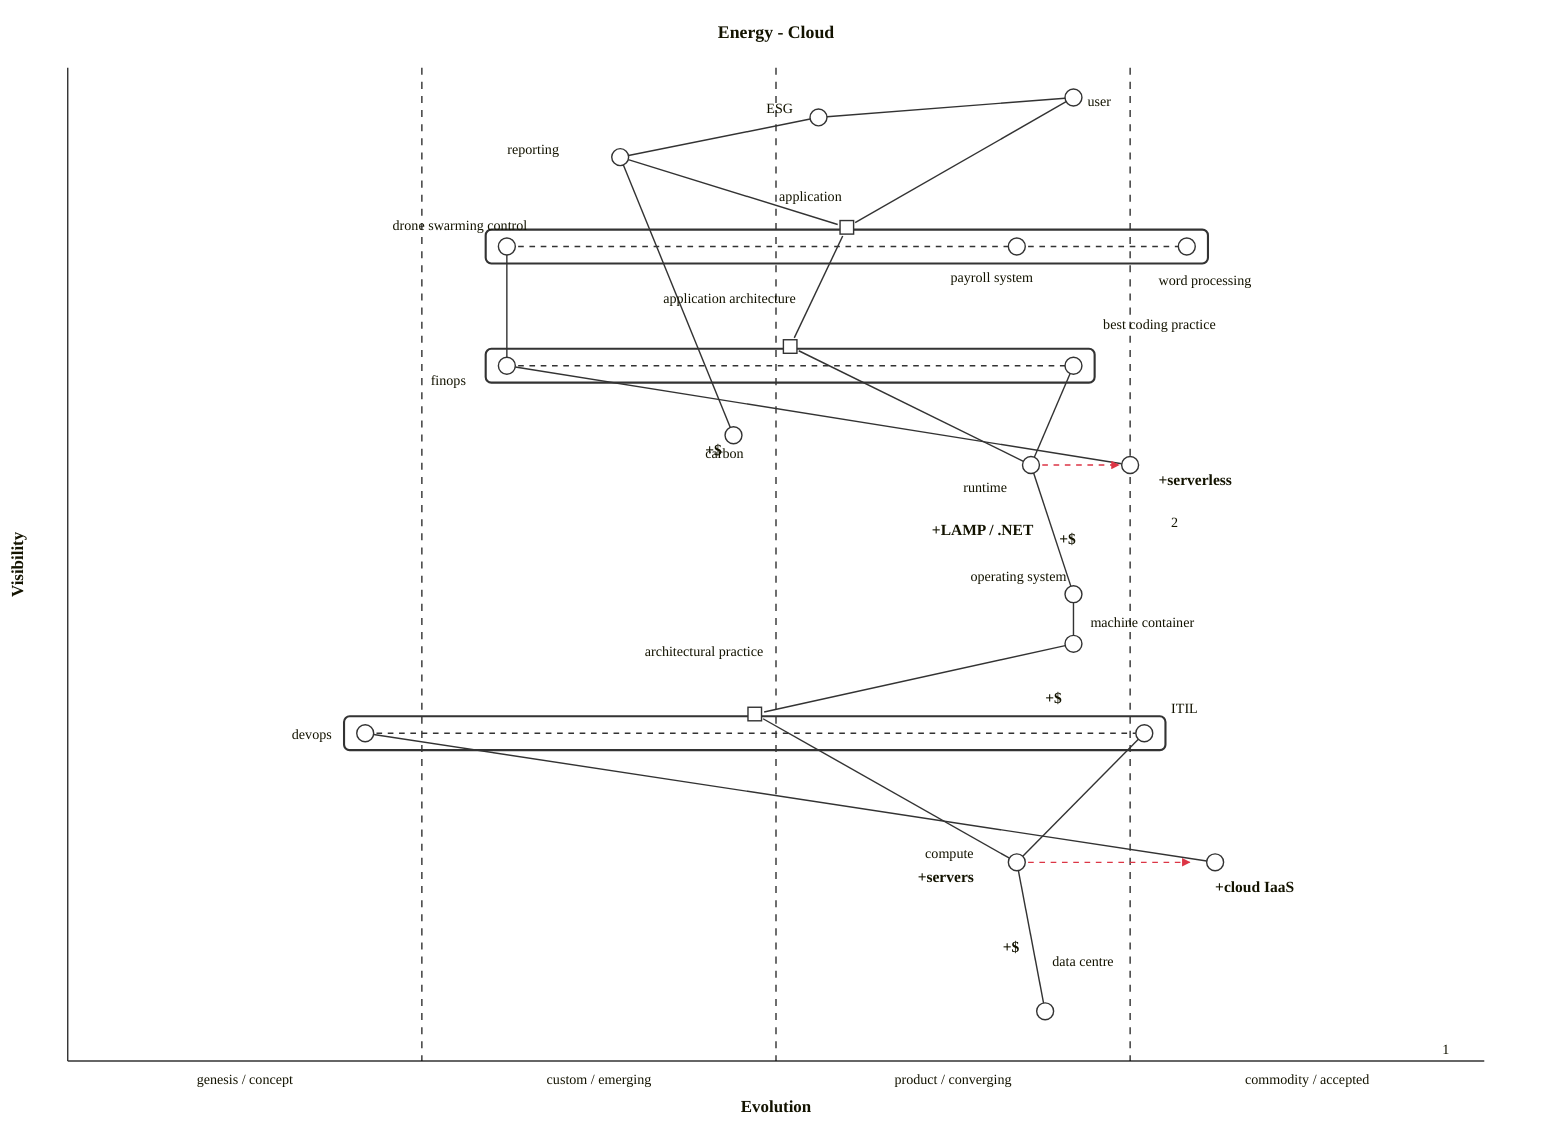
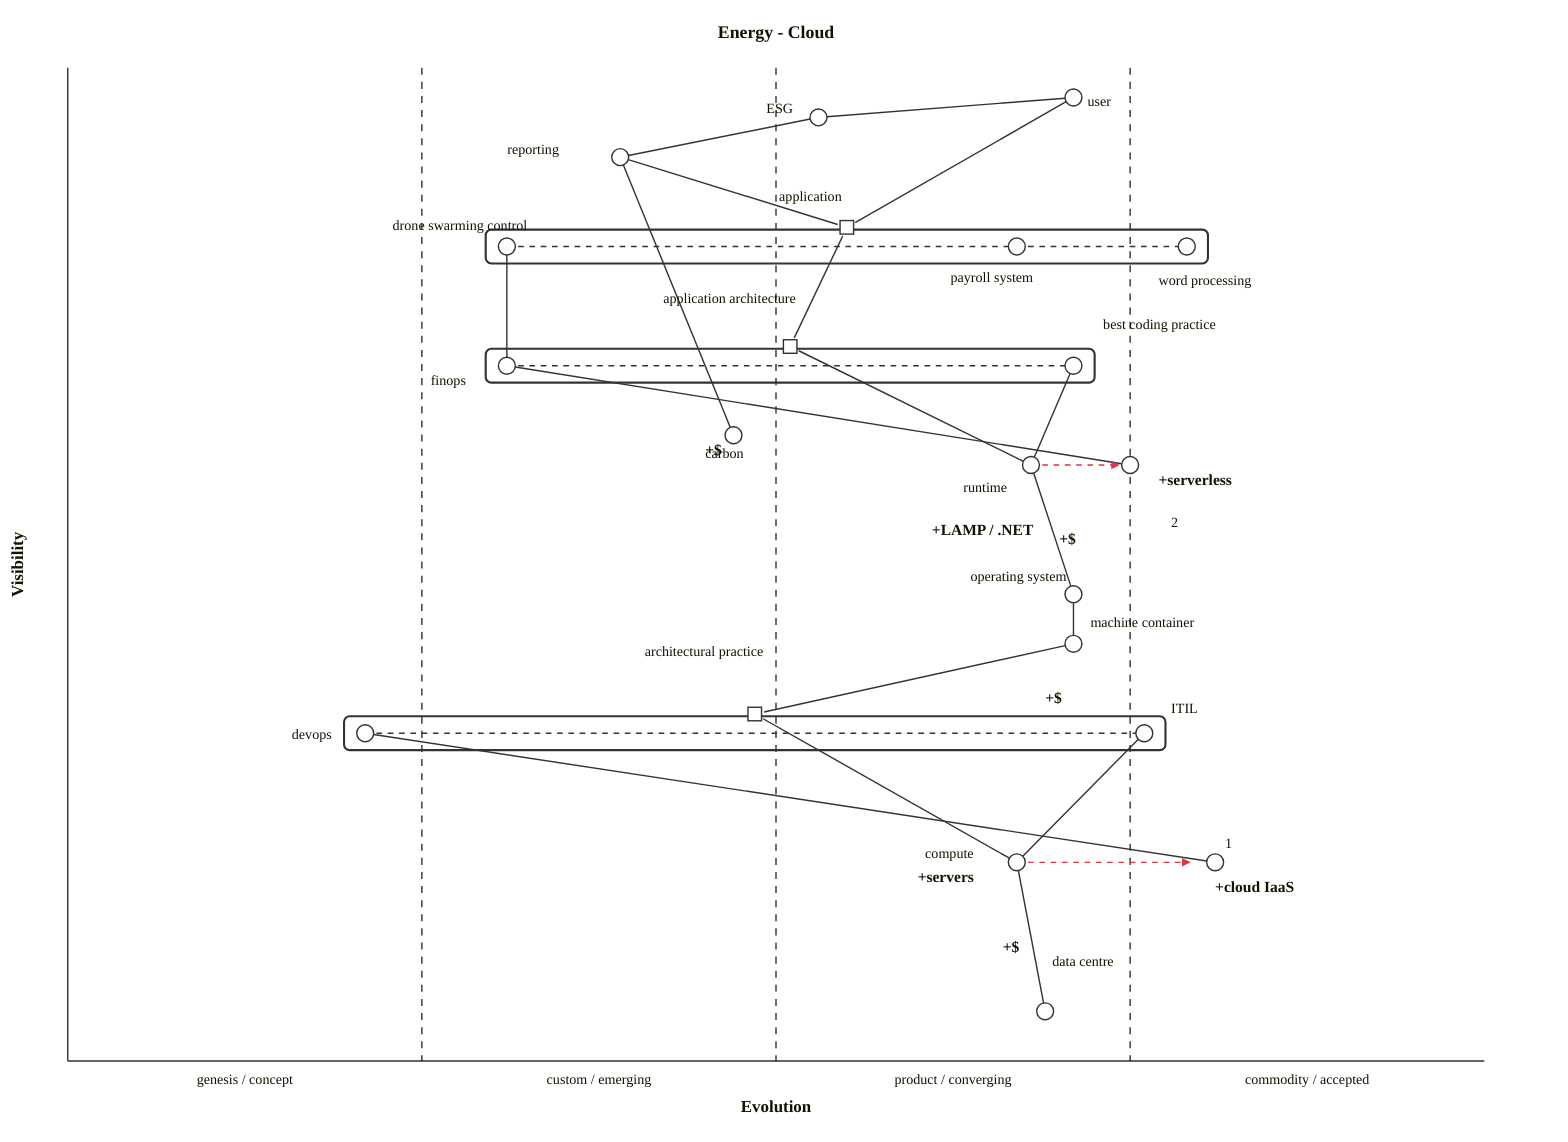
wardley-beta

title Energy - Cloud
size [1100, 800]
evolution genesis / concept -> custom / emerging -> product / converging -> commodity/ accepted

component user [0.97, 0.71] label [10, 6]
component application [0.82, 0.61] label [-48, -19]
pipeline application {
  component drone swarming control [0.31] label [-81, -12]
  component payroll system [0.67] label [-47, 25]
  component word processing [0.79] label [-20, 27]
}

evolve drone swarming control 0.4

component ESG [0.95, 0.53] label [-37, -3]

component runtime [0.60, 0.68] label [-48, 19]

evolve runtime 0.75
note "+serverless" [0.58, 0.77]
note "+LAMP / .NET" [0.53, 0.61]
component machine container [0.42, 0.71] label [12, -12]
component compute [0.20, 0.67] label [-65, -3]
component operating system [0.47, 0.71] label [-73, -9]
component data centre [0.05, 0.69] label [5, -32]
evolve compute 0.80
note "+cloud IaaS" [0.17, 0.81]
note "+servers" [0.18, 0.60]
evolve devops 0.6
component architectural practice [0.33, 0.66] label [-78, -41]
pipeline architectural practice {
  component devops [0.21] label [-52, 4]
  component ITIL [0.76] label [19, -14]
}
- component "1" [0.20, 0.81] label [161, 136]
+ component "1" [0.20, 0.81] label [7, -10]
component application architecture [0.70, 0.63] label [-90, -31]
pipeline application architecture {
  component finops [0.31] label [-54, 14]
  component best coding practice [0.71] label [21, -26]
}
evolve finops 0.4
component "2" [0.60, 0.75] label [29, 44]

component carbon [0.63, 0.47] label [-20, 16]
component reporting [0.91, 0.39] label [-80, -2]

note "+$" [0.11, 0.66]
note "+$" [0.36, 0.69]
note "+$" [0.52, 0.70]
note "+$" [0.61, 0.45]

"2" -> finops
"1" -> devops
user -> application

runtime -> operating system
operating system -> machine container
compute -> data centre
machine container -> architectural practice
architectural practice -> compute
ITIL -> compute
application architecture -> application
application architecture -> runtime
best coding practice -> runtime
drone swarming control -> finops
user -> ESG
ESG -> reporting
carbon -> reporting
reporting -> application

